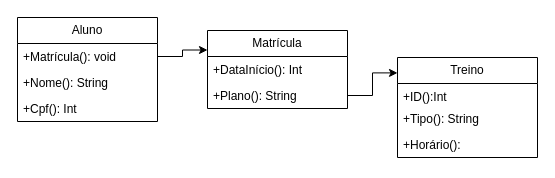
Earlier version of the draw.io diagram page "Classe" (2 of 2) of Desgraça.drawio (Lotharzin/Tipos-de-diagramas-ggez). Source tidied: cells renumbered, new cells numbered last; positions are measured from the earlier drawing's top-left corner, leaving out a move shared by most shapes. Both pictures are drawn from the tidied source at 100%, with x=0, y=0 at pixel (17, 17).
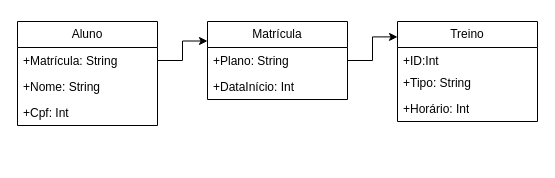
After the change.

The edit, as a diff of the source:
```diff
@@
 <mxGraphModel>
   <root>
     <mxCell id="0" />
     <mxCell id="1" parent="0" />
     <mxCell id="2" value="Aluno" style="swimlane;fontStyle=0;horizontal=1;startSize=26;fillColor=none;whiteSpace=wrap;html=1;" parent="1" vertex="1">
-      <mxGeometry width="140" height="104" as="geometry" />
+      <mxGeometry y="4" width="140" height="104" as="geometry" />
     </mxCell>
-    <mxCell id="3" value="+Matrícula(): void" style="text;strokeColor=none;fillColor=none;align=left;verticalAlign=top;spacingLeft=4;spacingRight=4;overflow=hidden;points=[[0,0.5],[1,0.5]];portConstraint=eastwest;whiteSpace=wrap;html=1;" parent="2" vertex="1">
+    <mxCell id="3" value="+Matrícula: String" style="text;strokeColor=none;fillColor=none;align=left;verticalAlign=top;spacingLeft=4;spacingRight=4;overflow=hidden;points=[[0,0.5],[1,0.5]];portConstraint=eastwest;whiteSpace=wrap;html=1;" parent="2" vertex="1">
       <mxGeometry y="26" width="140" height="26" as="geometry" />
     </mxCell>
-    <mxCell id="4" value="+Nome(): String" style="text;strokeColor=none;fillColor=none;align=left;verticalAlign=top;spacingLeft=4;spacingRight=4;overflow=hidden;whiteSpace=wrap;html=1;" parent="2" vertex="1">
+    <mxCell id="4" value="+Nome: String" style="text;strokeColor=none;fillColor=none;align=left;verticalAlign=top;spacingLeft=4;spacingRight=4;overflow=hidden;whiteSpace=wrap;html=1;" parent="2" vertex="1">
       <mxGeometry y="52" width="140" height="26" as="geometry" />
     </mxCell>
-    <mxCell id="5" value="+Cpf(): Int" style="text;strokeColor=none;fillColor=none;align=left;verticalAlign=top;spacingLeft=4;spacingRight=4;overflow=hidden;whiteSpace=wrap;html=1;" parent="2" vertex="1">
+    <mxCell id="5" value="+Cpf: Int" style="text;strokeColor=none;fillColor=none;align=left;verticalAlign=top;spacingLeft=4;spacingRight=4;overflow=hidden;whiteSpace=wrap;html=1;" parent="2" vertex="1">
       <mxGeometry y="78" width="140" height="26" as="geometry" />
     </mxCell>
     <mxCell id="6" value="Treino" style="swimlane;fontStyle=0;horizontal=1;startSize=26;fillColor=none;whiteSpace=wrap;html=1;" parent="1" vertex="1">
-      <mxGeometry x="380" y="40" width="140" height="100" as="geometry" />
+      <mxGeometry x="380" y="4" width="140" height="100" as="geometry" />
     </mxCell>
-    <mxCell id="7" value="+ID():Int" style="text;strokeColor=none;fillColor=none;align=left;verticalAlign=top;spacingLeft=4;spacingRight=4;overflow=hidden;whiteSpace=wrap;html=1;" parent="6" vertex="1">
+    <mxCell id="7" value="+ID:Int" style="text;strokeColor=none;fillColor=none;align=left;verticalAlign=top;spacingLeft=4;spacingRight=4;overflow=hidden;whiteSpace=wrap;html=1;" parent="6" vertex="1">
       <mxGeometry y="26" width="140" height="22" as="geometry" />
     </mxCell>
-    <mxCell id="8" value="+Tipo(): String" style="text;strokeColor=none;fillColor=none;align=left;verticalAlign=top;spacingLeft=4;spacingRight=4;overflow=hidden;whiteSpace=wrap;html=1;" parent="6" vertex="1">
+    <mxCell id="8" value="+Tipo: String" style="text;strokeColor=none;fillColor=none;align=left;verticalAlign=top;spacingLeft=4;spacingRight=4;overflow=hidden;whiteSpace=wrap;html=1;" parent="6" vertex="1">
       <mxGeometry y="48" width="140" height="26" as="geometry" />
     </mxCell>
-    <mxCell id="9" value="+Horário():" style="text;strokeColor=none;fillColor=none;align=left;verticalAlign=top;spacingLeft=4;spacingRight=4;overflow=hidden;whiteSpace=wrap;html=1;" parent="6" vertex="1">
+    <mxCell id="9" value="+Horário: Int" style="text;strokeColor=none;fillColor=none;align=left;verticalAlign=top;spacingLeft=4;spacingRight=4;overflow=hidden;whiteSpace=wrap;html=1;" parent="6" vertex="1">
       <mxGeometry y="74" width="140" height="26" as="geometry" />
     </mxCell>
     <mxCell id="10" value="Matrícula" style="swimlane;fontStyle=0;horizontal=1;startSize=26;fillColor=none;whiteSpace=wrap;html=1;" parent="1" vertex="1">
-      <mxGeometry x="190" y="13" width="140" height="78" as="geometry" />
+      <mxGeometry x="190" y="4" width="140" height="78" as="geometry" />
     </mxCell>
+    <mxCell id="12" value="+Plano: String" style="text;strokeColor=none;fillColor=none;align=left;verticalAlign=top;spacingLeft=4;spacingRight=4;overflow=hidden;points=[[0,0.5],[1,0.5]];portConstraint=eastwest;whiteSpace=wrap;html=1;" parent="10" vertex="1">
+      <mxGeometry y="26" width="140" height="26" as="geometry" />
+    </mxCell>
-    <mxCell id="11" value="+DataInício(): Int" style="text;strokeColor=none;fillColor=none;align=left;verticalAlign=top;spacingLeft=4;spacingRight=4;overflow=hidden;whiteSpace=wrap;html=1;" parent="10" vertex="1">
-      <mxGeometry y="26" width="140" height="26" as="geometry" />
+    <mxCell id="11" value="+DataInício: Int" style="text;strokeColor=none;fillColor=none;align=left;verticalAlign=top;spacingLeft=4;spacingRight=4;overflow=hidden;whiteSpace=wrap;html=1;" parent="10" vertex="1">
+      <mxGeometry y="52" width="140" height="26" as="geometry" />
     </mxCell>
-    <mxCell id="12" value="+Plano(): String" style="text;strokeColor=none;fillColor=none;align=left;verticalAlign=top;spacingLeft=4;spacingRight=4;overflow=hidden;points=[[0,0.5],[1,0.5]];portConstraint=eastwest;whiteSpace=wrap;html=1;" parent="10" vertex="1">
-      <mxGeometry y="52" width="140" height="26" as="geometry" />
-    </mxCell>
     <mxCell id="13" style="edgeStyle=orthogonalEdgeStyle;rounded=0;jettySize=auto;html=1;exitX=1;exitY=0.5;exitDx=0;exitDy=0;entryX=0;entryY=0.25;entryDx=0;entryDy=0;" parent="1" edge="1" source="3" target="10">
       <mxGeometry relative="1" as="geometry" />
     </mxCell>
     <mxCell id="14" style="edgeStyle=orthogonalEdgeStyle;rounded=0;jettySize=auto;html=1;exitX=1;exitY=0.5;exitDx=0;exitDy=0;entryX=0;entryY=0.154;entryDx=0;entryDy=0;entryPerimeter=0;" parent="1" edge="1" source="12" target="6">
       <mxGeometry relative="1" as="geometry" />
     </mxCell>
   </root>
 </mxGraphModel>
```
